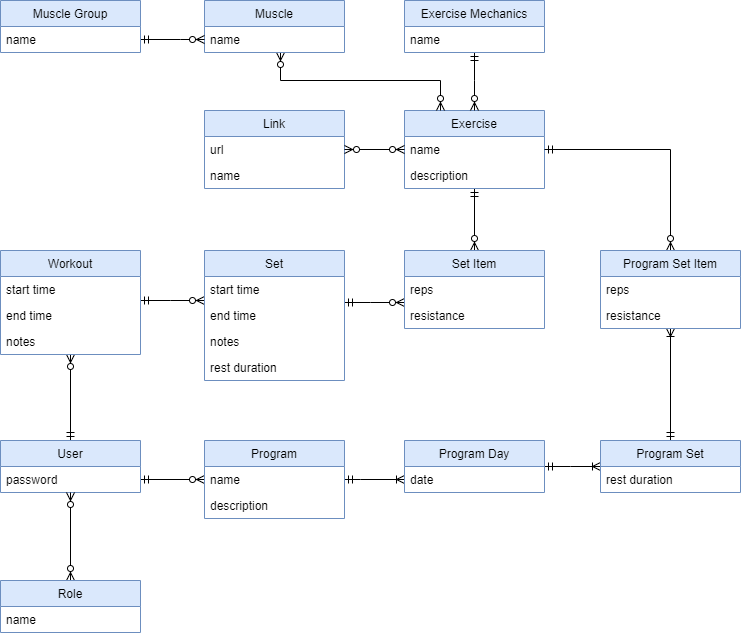
Before: documentation/entities.png, a diagram exported from draw.io (toivjon/max-pondus). Source tidied: cells renumbered, new cells last; positions are measured from the earlier drawing's top-left corner, leaving out a move shared by most shapes.
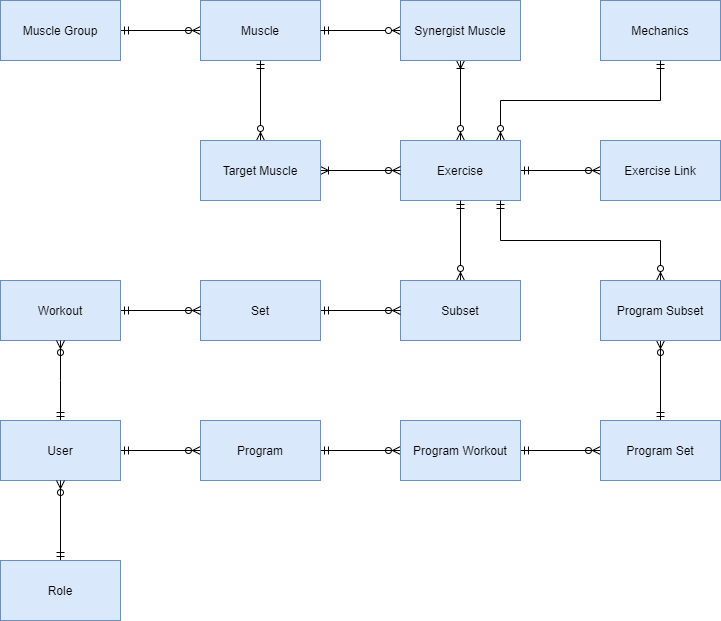
The same file after the commit.

Commit message:
Updated the application entities.

Change to the diagram source:
```diff
@@ -2,209 +2,123 @@
   <root>
     <mxCell id="0" />
     <mxCell id="1" parent="0" />
+    <mxCell id="37" style="edgeStyle=orthogonalEdgeStyle;rounded=0;jettySize=auto;html=1;startArrow=ERmandOne;startFill=0;endArrow=ERzeroToMany;endFill=0;" parent="1" edge="1" source="38" target="18">
+      <mxGeometry relative="1" as="geometry" />
+    </mxCell>
+    <mxCell id="38" value="Muscle Group" style="rounded=0;whiteSpace=wrap;html=1;fillColor=#dae8fc;strokeColor=#6c8ebf;" parent="1" vertex="1">
+      <mxGeometry x="-20" y="-20" width="120" height="60" as="geometry" />
+    </mxCell>
+    <mxCell id="18" value="Muscle" style="rounded=0;whiteSpace=wrap;html=1;fillColor=#dae8fc;strokeColor=#6c8ebf;" parent="1" vertex="1">
+      <mxGeometry x="180" y="-20" width="120" height="60" as="geometry" />
+    </mxCell>
+    <mxCell id="54" value="Mechanics" style="rounded=0;whiteSpace=wrap;html=1;fillColor=#dae8fc;strokeColor=#6c8ebf;" parent="1" vertex="1">
+      <mxGeometry x="580" y="-20" width="120" height="60" as="geometry" />
+    </mxCell>
+    <mxCell id="55" style="edgeStyle=orthogonalEdgeStyle;rounded=0;jettySize=auto;html=1;startArrow=ERzeroToMany;startFill=1;endArrow=ERmandOne;endFill=0;" parent="1" edge="1" source="10" target="54">
+      <mxGeometry relative="1" as="geometry">
+        <Array as="points">
+          <mxPoint x="480" y="80" />
+          <mxPoint x="640" y="80" />
+        </Array>
+      </mxGeometry>
+    </mxCell>
+    <mxCell id="56" style="edgeStyle=orthogonalEdgeStyle;rounded=0;jettySize=auto;html=1;startArrow=ERmandOne;startFill=0;endArrow=ERzeroToMany;endFill=0;" parent="1" edge="1" source="10" target="58">
+      <mxGeometry relative="1" as="geometry">
+        <Array as="points">
+          <mxPoint x="640" y="160" />
+        </Array>
+      </mxGeometry>
+    </mxCell>
+    <mxCell id="57" style="edgeStyle=orthogonalEdgeStyle;rounded=0;jettySize=auto;html=1;startArrow=ERzeroToMany;startFill=1;endArrow=ERoneToMany;endFill=0;" parent="1" edge="1" source="10" target="63">
+      <mxGeometry relative="1" as="geometry" />
+    </mxCell>
+    <mxCell id="10" value="Exercise" style="rounded=0;whiteSpace=wrap;html=1;fillColor=#dae8fc;strokeColor=#6c8ebf;" parent="1" vertex="1">
+      <mxGeometry x="380" y="120" width="120" height="60" as="geometry" />
+    </mxCell>
+    <mxCell id="58" value="Exercise Link" style="rounded=0;whiteSpace=wrap;html=1;fillColor=#dae8fc;strokeColor=#6c8ebf;" parent="1" vertex="1">
+      <mxGeometry x="580" y="120" width="120" height="60" as="geometry" />
+    </mxCell>
+    <mxCell id="59" style="edgeStyle=orthogonalEdgeStyle;rounded=0;jettySize=auto;html=1;startArrow=ERzeroToMany;startFill=1;endArrow=ERmandOne;endFill=0;" parent="1" edge="1" source="61" target="18">
+      <mxGeometry relative="1" as="geometry" />
+    </mxCell>
+    <mxCell id="60" style="edgeStyle=orthogonalEdgeStyle;rounded=0;jettySize=auto;html=1;startArrow=ERoneToMany;startFill=0;endArrow=ERzeroToMany;endFill=0;" parent="1" edge="1" source="61" target="10">
+      <mxGeometry relative="1" as="geometry" />
+    </mxCell>
+    <mxCell id="61" value="Target Muscle" style="rounded=0;whiteSpace=wrap;html=1;fillColor=#dae8fc;strokeColor=#6c8ebf;" parent="1" vertex="1">
+      <mxGeometry x="180" y="120" width="120" height="60" as="geometry" />
+    </mxCell>
+    <mxCell id="62" style="edgeStyle=orthogonalEdgeStyle;rounded=0;jettySize=auto;html=1;startArrow=ERzeroToMany;startFill=1;endArrow=ERmandOne;endFill=0;" parent="1" edge="1" source="63" target="18">
+      <mxGeometry relative="1" as="geometry" />
+    </mxCell>
+    <mxCell id="63" value="Synergist Muscle" style="rounded=0;whiteSpace=wrap;html=1;fillColor=#dae8fc;strokeColor=#6c8ebf;" parent="1" vertex="1">
+      <mxGeometry x="380" y="-20" width="120" height="60" as="geometry" />
+    </mxCell>
+    <mxCell id="64" style="edgeStyle=orthogonalEdgeStyle;rounded=0;jettySize=auto;html=1;startArrow=ERzeroToMany;startFill=1;endArrow=ERmandOne;endFill=0;" parent="1" edge="1" source="65" target="10">
+      <mxGeometry relative="1" as="geometry" />
+    </mxCell>
+    <mxCell id="65" value="Subset" style="rounded=0;whiteSpace=wrap;html=1;fillColor=#dae8fc;strokeColor=#6c8ebf;" parent="1" vertex="1">
+      <mxGeometry x="380" y="260" width="120" height="60" as="geometry" />
+    </mxCell>
+    <mxCell id="66" style="edgeStyle=orthogonalEdgeStyle;rounded=0;jettySize=auto;html=1;startArrow=ERmandOne;startFill=0;endArrow=ERzeroToMany;endFill=0;" parent="1" edge="1" source="29" target="65">
+      <mxGeometry relative="1" as="geometry" />
+    </mxCell>
+    <mxCell id="29" value="Set" style="rounded=0;whiteSpace=wrap;html=1;fillColor=#dae8fc;strokeColor=#6c8ebf;" parent="1" vertex="1">
+      <mxGeometry x="180" y="260" width="120" height="60" as="geometry" />
+    </mxCell>
+    <mxCell id="23" style="edgeStyle=orthogonalEdgeStyle;rounded=0;jettySize=auto;html=1;startArrow=ERmandOne;startFill=0;endArrow=ERzeroToMany;endFill=0;" parent="1" edge="1" source="24" target="29">
+      <mxGeometry relative="1" as="geometry" />
+    </mxCell>
+    <mxCell id="24" value="Workout" style="rounded=0;whiteSpace=wrap;html=1;fillColor=#dae8fc;strokeColor=#6c8ebf;" parent="1" vertex="1">
+      <mxGeometry x="-20" y="260" width="120" height="60" as="geometry" />
+    </mxCell>
-    <mxCell id="2" style="edgeStyle=orthogonalEdgeStyle;rounded=0;jettySize=auto;html=1;startArrow=ERmandOne;startFill=0;endArrow=ERzeroToMany;endFill=1;" parent="1" edge="1" source="4" target="24">
-      <mxGeometry relative="1" as="geometry" />
+    <mxCell id="2" style="edgeStyle=orthogonalEdgeStyle;rounded=0;jettySize=auto;html=1;startArrow=ERmandOne;startFill=0;endArrow=ERzeroToMany;endFill=0;" parent="1" edge="1" source="4" target="24">
+      <mxGeometry relative="1" as="geometry">
+        <Array as="points">
+          <mxPoint x="40" y="360" />
+          <mxPoint x="40" y="360" />
+        </Array>
+      </mxGeometry>
     </mxCell>
-    <mxCell id="3" style="edgeStyle=orthogonalEdgeStyle;rounded=0;jettySize=auto;html=1;startArrow=ERmandOne;startFill=0;endArrow=ERzeroToMany;endFill=1;" parent="1" edge="1" source="4" target="41">
-      <mxGeometry relative="1" as="geometry">
-        <Array as="points">
-          <mxPoint x="190" y="479" />
-          <mxPoint x="190" y="479" />
-        </Array>
-      </mxGeometry>
+    <mxCell id="3" style="edgeStyle=orthogonalEdgeStyle;rounded=0;jettySize=auto;html=1;startArrow=ERmandOne;startFill=0;endArrow=ERzeroToMany;endFill=0;" parent="1" edge="1" source="4" target="41">
+      <mxGeometry relative="1" as="geometry" />
     </mxCell>
-    <mxCell id="4" value="User" style="swimlane;fontStyle=0;horizontal=1;startSize=26;fillColor=#dae8fc;strokeColor=#6c8ebf;" parent="1" vertex="1">
-      <mxGeometry y="440" width="140" height="52" as="geometry" />
+    <mxCell id="4" value="User" style="rounded=0;whiteSpace=wrap;html=1;fillColor=#dae8fc;strokeColor=#6c8ebf;" parent="1" vertex="1">
+      <mxGeometry x="-20" y="400" width="120" height="60" as="geometry" />
     </mxCell>
-    <mxCell id="5" value="password" style="text;strokeColor=none;fillColor=none;align=left;verticalAlign=top;spacingLeft=4;spacingRight=4;overflow=hidden;" parent="4" vertex="1">
-      <mxGeometry y="26" width="140" height="26" as="geometry" />
-    </mxCell>
-    <mxCell id="6" style="edgeStyle=orthogonalEdgeStyle;rounded=0;jettySize=auto;html=1;endArrow=ERzeroToMany;endFill=1;startArrow=ERzeroToMany;startFill=1;" parent="1" edge="1" source="7" target="4">
+    <mxCell id="6" style="edgeStyle=orthogonalEdgeStyle;rounded=0;jettySize=auto;html=1;startArrow=ERmandOne;startFill=0;endArrow=ERzeroToMany;endFill=0;" parent="1" edge="1" source="7" target="4">
       <mxGeometry relative="1" as="geometry" />
     </mxCell>
-    <mxCell id="7" value="Role" style="swimlane;fontStyle=0;horizontal=1;startSize=26;fillColor=#dae8fc;strokeColor=#6c8ebf;" parent="1" vertex="1">
-      <mxGeometry y="580" width="140" height="52" as="geometry" />
+    <mxCell id="7" value="Role" style="rounded=0;whiteSpace=wrap;html=1;fillColor=#dae8fc;strokeColor=#6c8ebf;" parent="1" vertex="1">
+      <mxGeometry x="-20" y="540" width="120" height="60" as="geometry" />
     </mxCell>
-    <mxCell id="8" value="name" style="text;strokeColor=none;fillColor=none;align=left;verticalAlign=top;spacingLeft=4;spacingRight=4;overflow=hidden;" parent="7" vertex="1">
-      <mxGeometry y="26" width="140" height="26" as="geometry" />
-    </mxCell>
-    <mxCell id="9" style="edgeStyle=orthogonalEdgeStyle;rounded=0;jettySize=auto;html=1;startArrow=ERmandOne;startFill=0;endArrow=ERzeroToMany;endFill=1;" parent="1" edge="1" source="10" target="34">
-      <mxGeometry relative="1" as="geometry" />
-    </mxCell>
-    <mxCell id="10" value="Exercise" style="swimlane;fontStyle=0;horizontal=1;startSize=26;fillColor=#dae8fc;strokeColor=#6c8ebf;" parent="1" vertex="1">
-      <mxGeometry x="404" y="110" width="140" height="78" as="geometry" />
-    </mxCell>
-    <mxCell id="11" value="name" style="text;align=left;verticalAlign=top;spacingLeft=4;spacingRight=4;overflow=hidden;" parent="10" vertex="1">
-      <mxGeometry y="26" width="140" height="26" as="geometry" />
-    </mxCell>
-    <mxCell id="12" value="description" style="text;align=left;verticalAlign=top;spacingLeft=4;spacingRight=4;overflow=hidden;" parent="10" vertex="1">
-      <mxGeometry y="52" width="140" height="26" as="geometry" />
-    </mxCell>
-    <mxCell id="13" value="Link" style="swimlane;fontStyle=0;horizontal=1;startSize=26;fillColor=#dae8fc;strokeColor=#6c8ebf;" parent="1" vertex="1">
-      <mxGeometry x="204" y="110" width="140" height="78" as="geometry" />
-    </mxCell>
-    <mxCell id="14" value="url" style="text;strokeColor=none;fillColor=none;align=left;verticalAlign=top;spacingLeft=4;spacingRight=4;overflow=hidden;" parent="13" vertex="1">
-      <mxGeometry y="26" width="140" height="26" as="geometry" />
-    </mxCell>
-    <mxCell id="15" value="name" style="text;align=left;verticalAlign=top;spacingLeft=4;spacingRight=4;overflow=hidden;" parent="13" vertex="1">
-      <mxGeometry y="52" width="140" height="26" as="geometry" />
-    </mxCell>
-    <mxCell id="16" style="edgeStyle=orthogonalEdgeStyle;rounded=0;jettySize=auto;html=1;startArrow=ERzeroToMany;startFill=1;endArrow=ERzeroToMany;endFill=1;" parent="1" edge="1" source="10" target="13">
-      <mxGeometry relative="1" as="geometry">
-        <Array as="points">
-          <mxPoint x="274" y="180" />
-        </Array>
-      </mxGeometry>
-    </mxCell>
-    <mxCell id="17" style="edgeStyle=orthogonalEdgeStyle;rounded=0;jettySize=auto;html=1;startArrow=ERzeroToMany;startFill=1;endArrow=ERzeroToMany;endFill=1;" parent="1" edge="1" source="18" target="10">
-      <mxGeometry relative="1" as="geometry">
-        <Array as="points">
-          <mxPoint x="280" y="80" />
-          <mxPoint x="440" y="80" />
-        </Array>
-      </mxGeometry>
-    </mxCell>
-    <mxCell id="18" value="Muscle" style="swimlane;fontStyle=0;horizontal=1;startSize=26;fillColor=#dae8fc;strokeColor=#6c8ebf;" parent="1" vertex="1">
-      <mxGeometry x="204" width="140" height="52" as="geometry" />
-    </mxCell>
-    <mxCell id="19" value="name" style="text;strokeColor=none;fillColor=none;align=left;verticalAlign=top;spacingLeft=4;spacingRight=4;overflow=hidden;" parent="18" vertex="1">
-      <mxGeometry y="26" width="140" height="26" as="geometry" />
-    </mxCell>
-    <mxCell id="20" style="edgeStyle=orthogonalEdgeStyle;rounded=0;jettySize=auto;html=1;startArrow=ERmandOne;startFill=0;endArrow=ERzeroToMany;endFill=1;" parent="1" edge="1" source="21" target="10">
-      <mxGeometry relative="1" as="geometry">
-        <Array as="points">
-          <mxPoint x="474" y="80" />
-          <mxPoint x="474" y="80" />
-        </Array>
-      </mxGeometry>
-    </mxCell>
-    <mxCell id="21" value="Exercise Mechanics" style="swimlane;fontStyle=0;horizontal=1;startSize=26;fillColor=#dae8fc;strokeColor=#6c8ebf;" parent="1" vertex="1">
-      <mxGeometry x="404" width="140" height="52" as="geometry" />
-    </mxCell>
-    <mxCell id="22" value="name" style="text;strokeColor=none;fillColor=none;align=left;verticalAlign=top;spacingLeft=4;spacingRight=4;overflow=hidden;" parent="21" vertex="1">
-      <mxGeometry y="26" width="140" height="26" as="geometry" />
-    </mxCell>
-    <mxCell id="23" style="edgeStyle=orthogonalEdgeStyle;rounded=0;jettySize=auto;html=1;startArrow=ERmandOne;startFill=0;endArrow=ERzeroToMany;endFill=1;" parent="1" edge="1" source="24" target="29">
-      <mxGeometry relative="1" as="geometry">
-        <Array as="points">
-          <mxPoint x="170" y="300" />
-          <mxPoint x="170" y="300" />
-        </Array>
-      </mxGeometry>
-    </mxCell>
-    <mxCell id="24" value="Workout" style="swimlane;fontStyle=0;horizontal=1;startSize=26;fillColor=#dae8fc;strokeColor=#6c8ebf;" parent="1" vertex="1">
-      <mxGeometry y="250" width="140" height="104" as="geometry" />
-    </mxCell>
-    <mxCell id="25" value="start time" style="text;strokeColor=none;fillColor=none;align=left;verticalAlign=top;spacingLeft=4;spacingRight=4;overflow=hidden;" parent="24" vertex="1">
-      <mxGeometry y="26" width="140" height="26" as="geometry" />
-    </mxCell>
-    <mxCell id="26" value="end time" style="text;strokeColor=none;fillColor=none;align=left;verticalAlign=top;spacingLeft=4;spacingRight=4;overflow=hidden;" parent="24" vertex="1">
-      <mxGeometry y="52" width="140" height="26" as="geometry" />
-    </mxCell>
-    <mxCell id="27" value="notes" style="text;strokeColor=none;fillColor=none;align=left;verticalAlign=top;spacingLeft=4;spacingRight=4;overflow=hidden;" parent="24" vertex="1">
-      <mxGeometry y="78" width="140" height="26" as="geometry" />
-    </mxCell>
-    <mxCell id="28" style="edgeStyle=orthogonalEdgeStyle;rounded=0;jettySize=auto;html=1;startArrow=ERmandOne;startFill=0;endArrow=ERzeroToMany;endFill=1;" parent="1" edge="1" source="29" target="34">
-      <mxGeometry relative="1" as="geometry">
-        <Array as="points">
-          <mxPoint x="370" y="302" />
-          <mxPoint x="370" y="302" />
-        </Array>
-      </mxGeometry>
-    </mxCell>
-    <mxCell id="29" value="Set" style="swimlane;fontStyle=0;horizontal=1;startSize=26;fillColor=#dae8fc;strokeColor=#6c8ebf;" parent="1" vertex="1">
-      <mxGeometry x="204" y="250" width="140" height="130" as="geometry" />
-    </mxCell>
-    <mxCell id="30" value="start time" style="text;strokeColor=none;fillColor=none;align=left;verticalAlign=top;spacingLeft=4;spacingRight=4;overflow=hidden;" parent="29" vertex="1">
-      <mxGeometry y="26" width="140" height="26" as="geometry" />
-    </mxCell>
-    <mxCell id="31" value="end time" style="text;strokeColor=none;fillColor=none;align=left;verticalAlign=top;spacingLeft=4;spacingRight=4;overflow=hidden;" parent="29" vertex="1">
-      <mxGeometry y="52" width="140" height="26" as="geometry" />
-    </mxCell>
-    <mxCell id="32" value="notes" style="text;strokeColor=none;fillColor=none;align=left;verticalAlign=top;spacingLeft=4;spacingRight=4;overflow=hidden;" parent="29" vertex="1">
-      <mxGeometry y="78" width="140" height="26" as="geometry" />
-    </mxCell>
-    <mxCell id="33" value="rest duration" style="text;align=left;verticalAlign=top;spacingLeft=4;spacingRight=4;overflow=hidden;" parent="29" vertex="1">
-      <mxGeometry y="104" width="140" height="26" as="geometry" />
-    </mxCell>
-    <mxCell id="34" value="Set Item" style="swimlane;fontStyle=0;horizontal=1;startSize=26;fillColor=#dae8fc;strokeColor=#6c8ebf;" parent="1" vertex="1">
-      <mxGeometry x="404" y="250" width="140" height="78" as="geometry" />
-    </mxCell>
-    <mxCell id="35" value="reps" style="text;strokeColor=none;fillColor=none;align=left;verticalAlign=top;spacingLeft=4;spacingRight=4;overflow=hidden;" parent="34" vertex="1">
-      <mxGeometry y="26" width="140" height="26" as="geometry" />
-    </mxCell>
-    <mxCell id="36" value="resistance" style="text;strokeColor=none;fillColor=none;align=left;verticalAlign=top;spacingLeft=4;spacingRight=4;overflow=hidden;" parent="34" vertex="1">
-      <mxGeometry y="52" width="140" height="26" as="geometry" />
-    </mxCell>
-    <mxCell id="37" style="edgeStyle=orthogonalEdgeStyle;rounded=0;jettySize=auto;html=1;startArrow=ERmandOne;startFill=0;endArrow=ERzeroToMany;endFill=1;" parent="1" edge="1" source="38" target="18">
-      <mxGeometry relative="1" as="geometry">
-        <Array as="points">
-          <mxPoint x="180" y="39" />
-          <mxPoint x="180" y="39" />
-        </Array>
-      </mxGeometry>
-    </mxCell>
-    <mxCell id="38" value="Muscle Group" style="swimlane;fontStyle=0;horizontal=1;startSize=26;fillColor=#dae8fc;strokeColor=#6c8ebf;" parent="1" vertex="1">
-      <mxGeometry width="140" height="52" as="geometry" />
-    </mxCell>
-    <mxCell id="39" value="name" style="text;strokeColor=none;fillColor=none;align=left;verticalAlign=top;spacingLeft=4;spacingRight=4;overflow=hidden;" parent="38" vertex="1">
-      <mxGeometry y="26" width="140" height="26" as="geometry" />
-    </mxCell>
-    <mxCell id="40" style="edgeStyle=orthogonalEdgeStyle;rounded=0;jettySize=auto;html=1;startArrow=ERmandOne;startFill=0;endArrow=ERoneToMany;endFill=0;" parent="1" edge="1" source="41" target="45">
-      <mxGeometry relative="1" as="geometry">
-        <Array as="points">
-          <mxPoint x="360" y="479" />
-          <mxPoint x="360" y="479" />
-        </Array>
-      </mxGeometry>
-    </mxCell>
+    <mxCell id="67" style="edgeStyle=orthogonalEdgeStyle;rounded=0;jettySize=auto;html=1;startArrow=ERmandOne;startFill=0;endArrow=ERzeroToMany;endFill=0;" parent="1" edge="1" source="41" target="69">
+      <mxGeometry relative="1" as="geometry" />
+    </mxCell>
-    <mxCell id="41" value="Program" style="swimlane;fontStyle=0;horizontal=1;startSize=26;fillColor=#dae8fc;strokeColor=#6c8ebf;" parent="1" vertex="1">
-      <mxGeometry x="204" y="440" width="140" height="78" as="geometry" />
+    <mxCell id="41" value="Program" style="rounded=0;whiteSpace=wrap;html=1;fillColor=#dae8fc;strokeColor=#6c8ebf;" parent="1" vertex="1">
+      <mxGeometry x="180" y="400" width="120" height="60" as="geometry" />
     </mxCell>
-    <mxCell id="42" value="name" style="text;strokeColor=none;fillColor=none;align=left;verticalAlign=top;spacingLeft=4;spacingRight=4;overflow=hidden;" parent="41" vertex="1">
-      <mxGeometry y="26" width="140" height="26" as="geometry" />
-    </mxCell>
-    <mxCell id="43" value="description" style="text;strokeColor=none;fillColor=none;align=left;verticalAlign=top;spacingLeft=4;spacingRight=4;overflow=hidden;" parent="41" vertex="1">
-      <mxGeometry y="52" width="140" height="26" as="geometry" />
-    </mxCell>
-    <mxCell id="44" style="edgeStyle=orthogonalEdgeStyle;rounded=0;jettySize=auto;html=1;startArrow=ERmandOne;startFill=0;endArrow=ERoneToMany;endFill=0;" parent="1" edge="1" source="45" target="48">
-      <mxGeometry relative="1" as="geometry">
-        <Array as="points">
-          <mxPoint x="570" y="466" />
-          <mxPoint x="570" y="466" />
-        </Array>
-      </mxGeometry>
-    </mxCell>
-    <mxCell id="45" value="Program Day" style="swimlane;fontStyle=0;horizontal=1;startSize=26;fillColor=#dae8fc;strokeColor=#6c8ebf;" parent="1" vertex="1">
-      <mxGeometry x="404" y="440" width="140" height="52" as="geometry" />
-    </mxCell>
-    <mxCell id="46" value="date" style="text;strokeColor=none;fillColor=none;align=left;verticalAlign=top;spacingLeft=4;spacingRight=4;overflow=hidden;" parent="45" vertex="1">
-      <mxGeometry y="26" width="140" height="26" as="geometry" />
-    </mxCell>
-    <mxCell id="47" style="edgeStyle=orthogonalEdgeStyle;rounded=0;jettySize=auto;html=1;startArrow=ERmandOne;startFill=0;endArrow=ERoneToMany;endFill=0;" parent="1" edge="1" source="48" target="51">
-      <mxGeometry relative="1" as="geometry" />
-    </mxCell>
+    <mxCell id="68" style="edgeStyle=orthogonalEdgeStyle;rounded=0;jettySize=auto;html=1;startArrow=ERmandOne;startFill=0;endArrow=ERzeroToMany;endFill=0;" parent="1" edge="1" source="69" target="48">
+      <mxGeometry relative="1" as="geometry" />
+    </mxCell>
+    <mxCell id="69" value="Program Workout" style="rounded=0;whiteSpace=wrap;html=1;fillColor=#dae8fc;strokeColor=#6c8ebf;" parent="1" vertex="1">
+      <mxGeometry x="380" y="400" width="120" height="60" as="geometry" />
+    </mxCell>
+    <mxCell id="70" style="edgeStyle=orthogonalEdgeStyle;rounded=0;jettySize=auto;html=1;startArrow=ERmandOne;startFill=0;endArrow=ERzeroToMany;endFill=0;" parent="1" edge="1" source="48" target="72">
+      <mxGeometry relative="1" as="geometry" />
+    </mxCell>
-    <mxCell id="48" value="Program Set" style="swimlane;fontStyle=0;horizontal=1;startSize=26;fillColor=#dae8fc;strokeColor=#6c8ebf;" parent="1" vertex="1">
-      <mxGeometry x="600" y="440" width="140" height="52" as="geometry" />
+    <mxCell id="48" value="Program Set" style="rounded=0;whiteSpace=wrap;html=1;fillColor=#dae8fc;strokeColor=#6c8ebf;" parent="1" vertex="1">
+      <mxGeometry x="580" y="400" width="120" height="60" as="geometry" />
     </mxCell>
-    <mxCell id="49" value="rest duration" style="text;align=left;verticalAlign=top;spacingLeft=4;spacingRight=4;overflow=hidden;" parent="48" vertex="1">
-      <mxGeometry y="26" width="140" height="26" as="geometry" />
-    </mxCell>
-    <mxCell id="50" style="edgeStyle=orthogonalEdgeStyle;rounded=0;jettySize=auto;html=1;startArrow=ERzeroToMany;startFill=1;endArrow=ERmandOne;endFill=0;" parent="1" edge="1" source="51" target="10">
-      <mxGeometry relative="1" as="geometry">
-        <Array as="points">
-          <mxPoint x="670" y="149" />
-        </Array>
-      </mxGeometry>
-    </mxCell>
-    <mxCell id="51" value="Program Set Item" style="swimlane;fontStyle=0;horizontal=1;startSize=26;fillColor=#dae8fc;strokeColor=#6c8ebf;" parent="1" vertex="1">
-      <mxGeometry x="600" y="250" width="140" height="78" as="geometry" />
-    </mxCell>
-    <mxCell id="52" value="reps" style="text;strokeColor=none;fillColor=none;align=left;verticalAlign=top;spacingLeft=4;spacingRight=4;overflow=hidden;" parent="51" vertex="1">
-      <mxGeometry y="26" width="140" height="26" as="geometry" />
-    </mxCell>
-    <mxCell id="53" value="resistance" style="text;strokeColor=none;fillColor=none;align=left;verticalAlign=top;spacingLeft=4;spacingRight=4;overflow=hidden;" parent="51" vertex="1">
-      <mxGeometry y="52" width="140" height="26" as="geometry" />
-    </mxCell>
+    <mxCell id="71" style="edgeStyle=orthogonalEdgeStyle;rounded=0;jettySize=auto;html=1;startArrow=ERzeroToMany;startFill=1;endArrow=ERmandOne;endFill=0;" parent="1" edge="1" source="72" target="10">
+      <mxGeometry relative="1" as="geometry">
+        <Array as="points">
+          <mxPoint x="640" y="220" />
+          <mxPoint x="480" y="220" />
+        </Array>
+      </mxGeometry>
+    </mxCell>
+    <mxCell id="72" value="Program Subset" style="rounded=0;whiteSpace=wrap;html=1;fillColor=#dae8fc;strokeColor=#6c8ebf;" parent="1" vertex="1">
+      <mxGeometry x="580" y="260" width="120" height="60" as="geometry" />
+    </mxCell>
   </root>
 </mxGraphModel>
```
